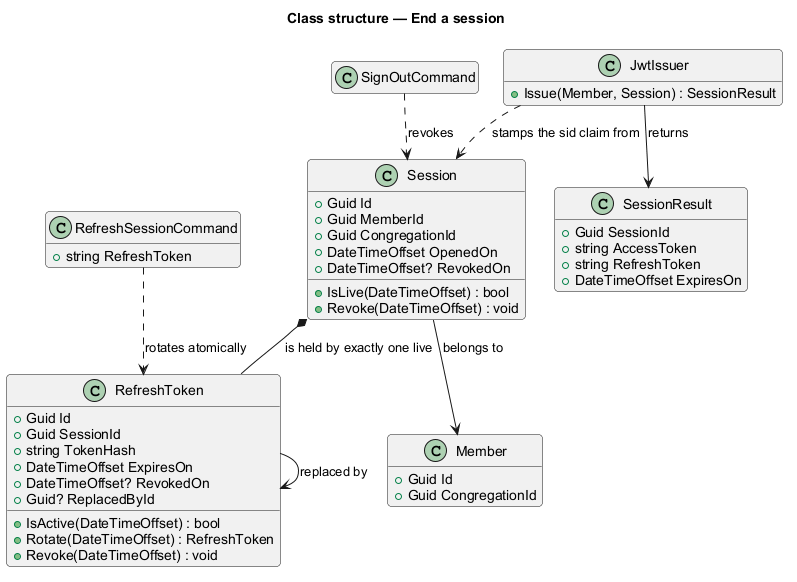
Above: docs/detailed-designs/access/end-a-session/diagrams/class-structure.png in QuinntyneBrown/Barnabas (PlantUML), before the change. Its diagram source:
```plantuml
@startuml
!pragma layout smetana
title Class structure — End a session
skinparam backgroundColor #FFFFFF
skinparam shadowing false
skinparam roundcorner 8
skinparam defaultFontName Arial
hide empty members

class Session {
  +Guid Id
  +Guid MemberId
  +Guid CongregationId
  +DateTimeOffset OpenedOn
  +DateTimeOffset? RevokedOn
  +IsLive(DateTimeOffset) : bool
  +Revoke(DateTimeOffset) : void
}
class RefreshToken {
  +Guid Id
  +Guid SessionId
  +string TokenHash
  +DateTimeOffset ExpiresOn
  +DateTimeOffset? RevokedOn
  +Guid? ReplacedById
  +IsActive(DateTimeOffset) : bool
  +Rotate(DateTimeOffset) : RefreshToken
  +Revoke(DateTimeOffset) : void
}
class RefreshSessionCommand {
  +string RefreshToken
}
class SignOutCommand {
}
class SessionResult {
  +Guid SessionId
  +string AccessToken
  +string RefreshToken
  +DateTimeOffset ExpiresOn
}
class JwtIssuer {
  +Issue(Member, Session) : SessionResult
}
class Member {
  +Guid Id
  +Guid CongregationId
}

Session --> Member : belongs to
Session *-- RefreshToken : is held by exactly one live
RefreshSessionCommand ..> RefreshToken : rotates atomically
SignOutCommand ..> Session : revokes
RefreshToken --> RefreshToken : replaced by
JwtIssuer --> SessionResult : returns
JwtIssuer ..> Session : stamps the sid claim from
@enduml
```
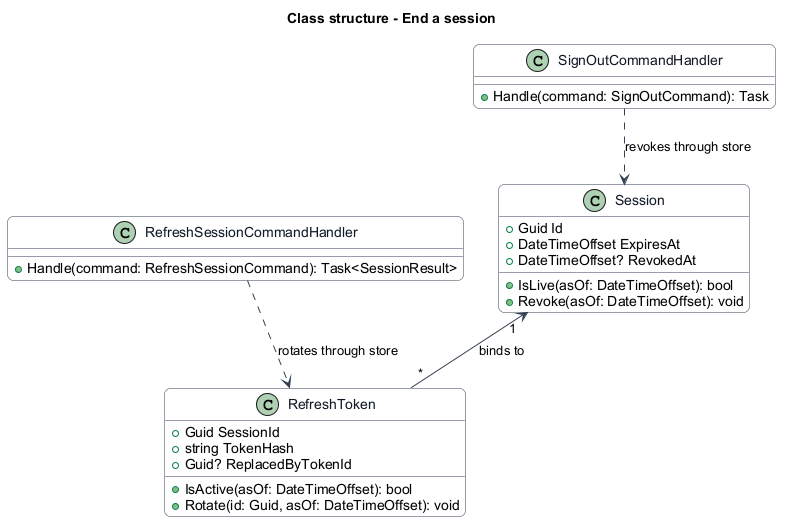
Later version of the same file.

Change to the diagram source:
```diff
@@ -1,56 +1,45 @@
 @startuml
-!pragma layout smetana
-title Class structure — End a session
 skinparam backgroundColor #FFFFFF
 skinparam shadowing false
-skinparam roundcorner 8
+skinparam roundcorner 12
 skinparam defaultFontName Arial
-hide empty members
-
+skinparam ArrowColor #344054
+skinparam rectangle {
+  BorderColor #344054
+  FontColor #101828
+}
+skinparam package {
+  BorderColor #667085
+  FontColor #101828
+  BackgroundColor #F9FAFB
+}
+skinparam class {
+  BorderColor #344054
+  FontColor #101828
+  BackgroundColor #F9FAFB
+}
+title Class structure - End a session
 class Session {
   +Guid Id
-  +Guid MemberId
-  +Guid CongregationId
-  +DateTimeOffset OpenedOn
-  +DateTimeOffset? RevokedOn
-  +IsLive(DateTimeOffset) : bool
-  +Revoke(DateTimeOffset) : void
+  +DateTimeOffset ExpiresAt
+  +DateTimeOffset? RevokedAt
+  +IsLive(asOf: DateTimeOffset): bool
+  +Revoke(asOf: DateTimeOffset): void
 }
 class RefreshToken {
-  +Guid Id
   +Guid SessionId
   +string TokenHash
-  +DateTimeOffset ExpiresOn
-  +DateTimeOffset? RevokedOn
-  +Guid? ReplacedById
-  +IsActive(DateTimeOffset) : bool
-  +Rotate(DateTimeOffset) : RefreshToken
-  +Revoke(DateTimeOffset) : void
+  +Guid? ReplacedByTokenId
+  +IsActive(asOf: DateTimeOffset): bool
+  +Rotate(id: Guid, asOf: DateTimeOffset): void
 }
-class RefreshSessionCommand {
-  +string RefreshToken
+class SignOutCommandHandler {
+  +Handle(command: SignOutCommand): Task
 }
-class SignOutCommand {
+class RefreshSessionCommandHandler {
+  +Handle(command: RefreshSessionCommand): Task<SessionResult>
 }
-class SessionResult {
-  +Guid SessionId
-  +string AccessToken
-  +string RefreshToken
-  +DateTimeOffset ExpiresOn
-}
-class JwtIssuer {
-  +Issue(Member, Session) : SessionResult
-}
-class Member {
-  +Guid Id
-  +Guid CongregationId
-}
-
-Session --> Member : belongs to
-Session *-- RefreshToken : is held by exactly one live
-RefreshSessionCommand ..> RefreshToken : rotates atomically
-SignOutCommand ..> Session : revokes
-RefreshToken --> RefreshToken : replaced by
-JwtIssuer --> SessionResult : returns
-JwtIssuer ..> Session : stamps the sid claim from
+Session "1" <-- "*" RefreshToken : binds to
+SignOutCommandHandler ..> Session : revokes through store
+RefreshSessionCommandHandler ..> RefreshToken : rotates through store
 @enduml
```
